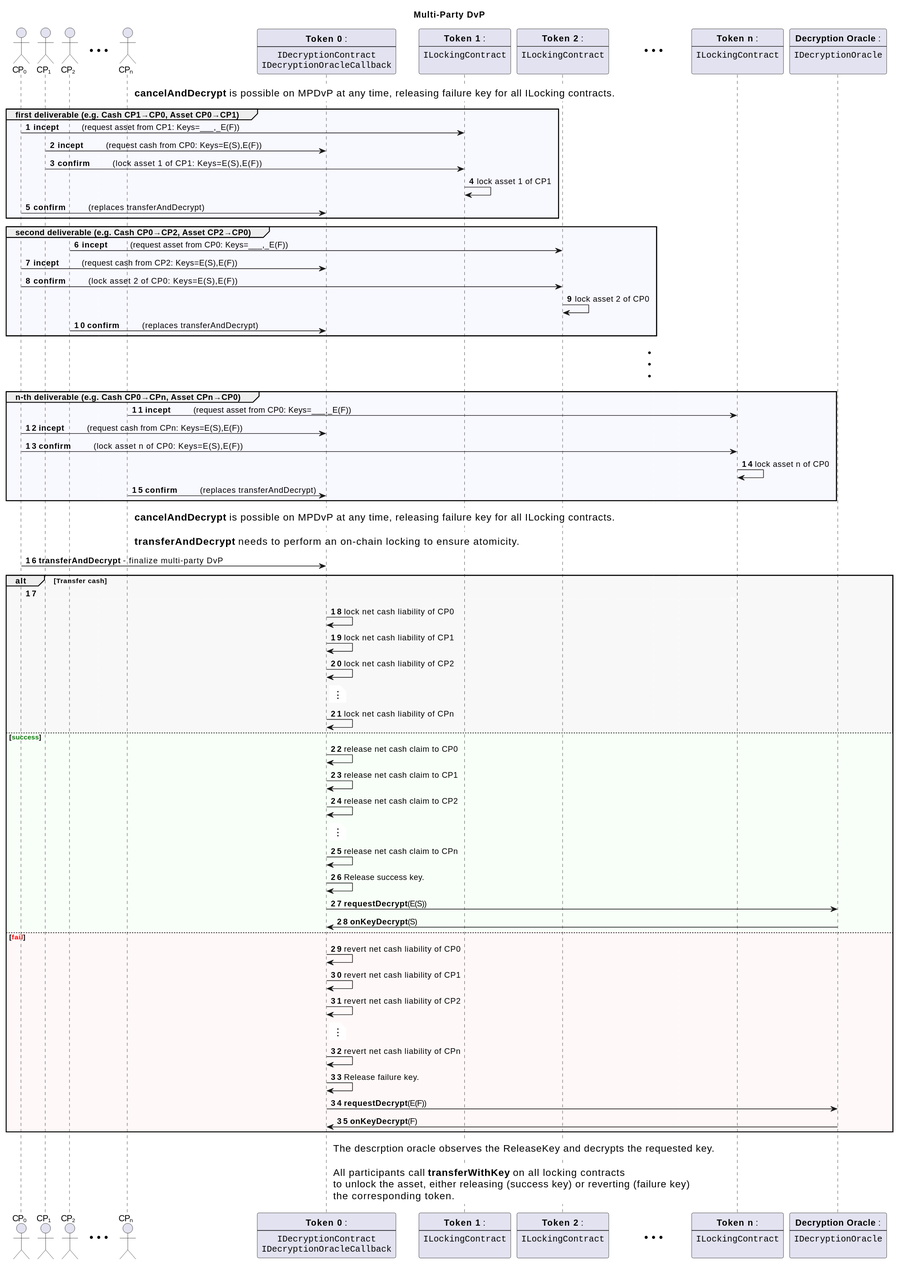
Above: assets/erc-7573/doc/multi-party-dvp.svg in ethereum/ERCs (PlantUML), before the change.
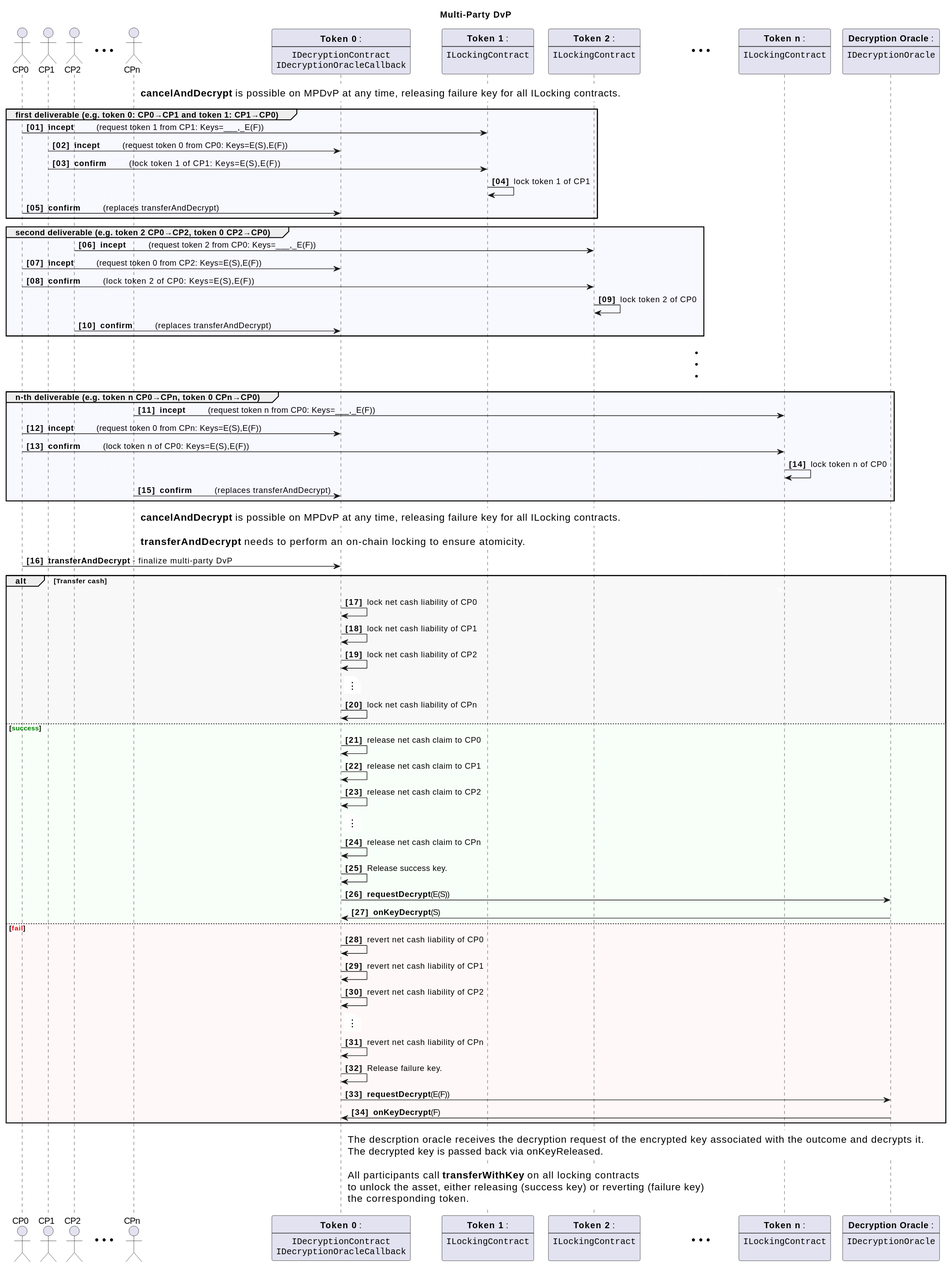
The same file after the commit.

Commit message:
Improved notation. Fixed title in group. Fixed autonumbering (17)

What changed in the source:
```diff
@@ -20,15 +20,15 @@
   }
 </style>
 
-actor CP₀ as CP0
-actor CP₁ as CP1
-actor CP₂ as CP2
+actor CP0 as CP0
+actor CP1 as CP1
+actor CP2 as CP2
 participant spacer0 <<spacer>> [
     """"
     •••
     """"
 ]
-actor CPₙ as CPn
+actor CPn as CPn
 
 hide stereotype
 
@@ -72,31 +72,30 @@
 
 ]
 
-
-autonumber
+autonumber "<b>[00] </b>"
 
 note right of CPn #white
   **cancelAndDecrypt** is possible on MPDvP at any time, releasing failure key for all ILocking contracts.
 end note
 
-group #F8F8FF first deliverable (e.g. Cash CP1→CP0, Asset CP0→CP1)
+group #F8F8FF first deliverable (e.g. token 0: CP0→CP1 and token 1: CP1→CP0)
 
-CP0 -> A_1_0: **incept** \t (request asset from CP1: Keys=___,_E(F))
-CP1 -> MPDvP: **incept** \t (request cash  from CP0: Keys=E(S),E(F))
-CP1 -> A_1_0: **confirm** \t (lock asset 1 of CP1:     Keys=E(S),E(F))
-A_1_0 -> A_1_0: lock asset 1 of CP1
+CP0 -> A_1_0: **incept** \t (request token 1 from CP1: Keys=___,_E(F))
+CP1 -> MPDvP: **incept** \t (request token 0 from CP0: Keys=E(S),E(F))
+CP1 -> A_1_0: **confirm** \t (lock token 1 of CP1:     Keys=E(S),E(F))
+A_1_0 -> A_1_0: lock token 1 of CP1
 
 CP0 -> MPDvP: **confirm** \t (replaces transferAndDecrypt)
 
 end group
 
-group #F8F8FF second deliverable (e.g. Cash CP0→CP2, Asset CP2→CP0)
+group #F8F8FF second deliverable (e.g. token 2 CP0→CP2, token 0 CP2→CP0)
 
 
-CP2 -> A_0_2: **incept** \t (request asset from CP0: Keys=___,_E(F))
-CP0 -> MPDvP: **incept** \t (request cash  from CP2: Keys=E(S),E(F))
-CP0 -> A_0_2: **confirm** \t (lock asset 2 of CP0:     Keys=E(S),E(F))
-A_0_2 -> A_0_2: lock asset 2 of CP0
+CP2 -> A_0_2: **incept** \t (request token 2 from CP0: Keys=___,_E(F))
+CP0 -> MPDvP: **incept** \t (request token 0 from CP2: Keys=E(S),E(F))
+CP0 -> A_0_2: **confirm** \t (lock token 2 of CP0:     Keys=E(S),E(F))
+A_0_2 -> A_0_2: lock token 2 of CP0
 
 CP2 -> MPDvP: **confirm** \t (replaces transferAndDecrypt)
 
@@ -108,12 +107,12 @@
   •
 end note
 
-group #F8F8FF n-th deliverable (e.g. Cash CP0→CPn, Asset CPn→CP0)
+group #F8F8FF n-th deliverable (e.g. token n CP0→CPn, token 0 CPn→CP0)
 
-CPn -> A_0_n: **incept** \t (request asset from CP0: Keys=___,_E(F))
-CP0 -> MPDvP: **incept** \t (request cash  from CPn: Keys=E(S),E(F))
-CP0 -> A_0_n: **confirm** \t (lock asset n of CP0:     Keys=E(S),E(F))
-A_0_n -> A_0_n: lock asset n of CP0
+CPn -> A_0_n: **incept** \t (request token n from CP0: Keys=___,_E(F))
+CP0 -> MPDvP: **incept** \t (request token 0 from CPn: Keys=E(S),E(F))
+CP0 -> A_0_n: **confirm** \t (lock token n of CP0:   Keys=E(S),E(F))
+A_0_n -> A_0_n: lock token n of CP0
 
 CPn -> MPDvP: **confirm** \t (replaces transferAndDecrypt)
 
@@ -133,7 +132,9 @@
 
 
     alt #F8F8F8 Transfer cash
+        autonumber stop
         CP0-[#FFFCFC]->A_0_n:
+        autonumber resume
 
         MPDvP -> MPDvP: lock net cash liability of CP0
         MPDvP -> MPDvP: lock net cash liability of CP1
@@ -179,7 +180,8 @@
     end
 
     note right of MPDvP #white
-      The descrption oracle observes the ReleaseKey and decrypts the requested key.
+      The descrption oracle receives the decryption request of the encrypted key associated with the outcome and decrypts it.
+      The decrypted key is passed back via onKeyReleased.
     end note
 
     note right of MPDvP #white
```
